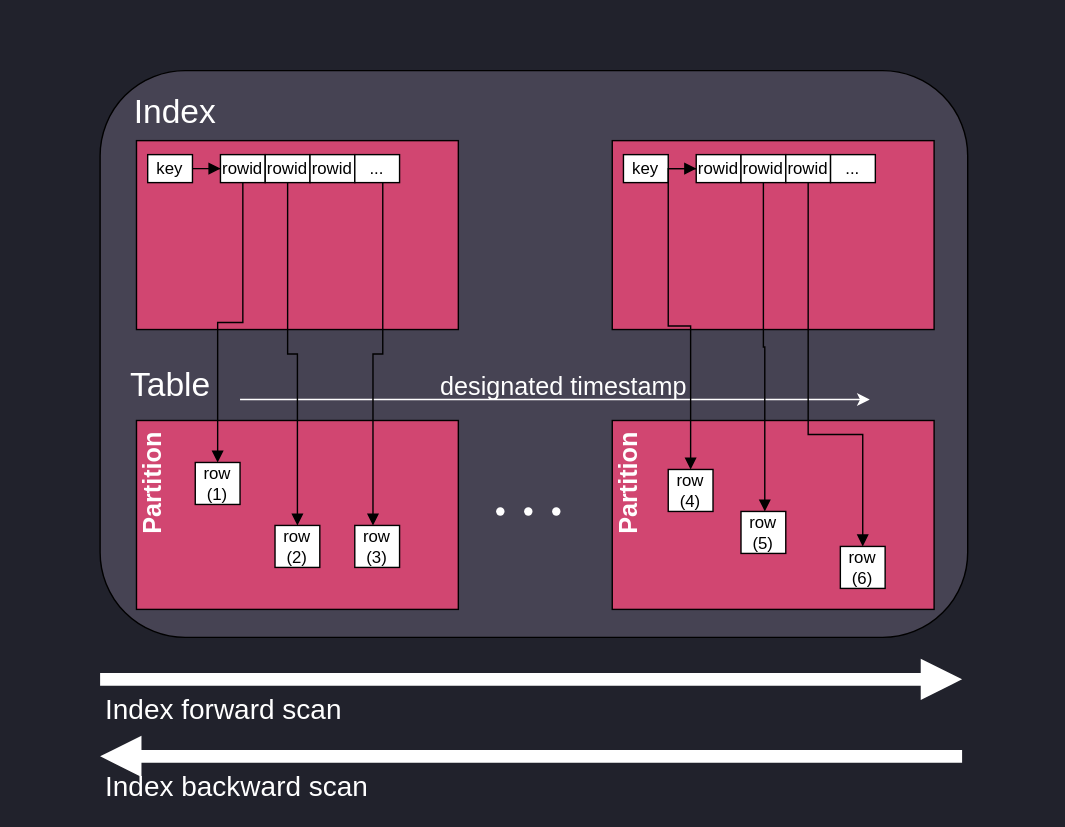
yash9111/questdb.io keeps this draw.io diagram as static/img/blog/2023-04-20/index_scan.svg. Above is the earlier version. Source tidied: cells renumbered, new cells last; positions are measured from the earlier drawing's top-left corner, leaving out a move shared by most shapes.
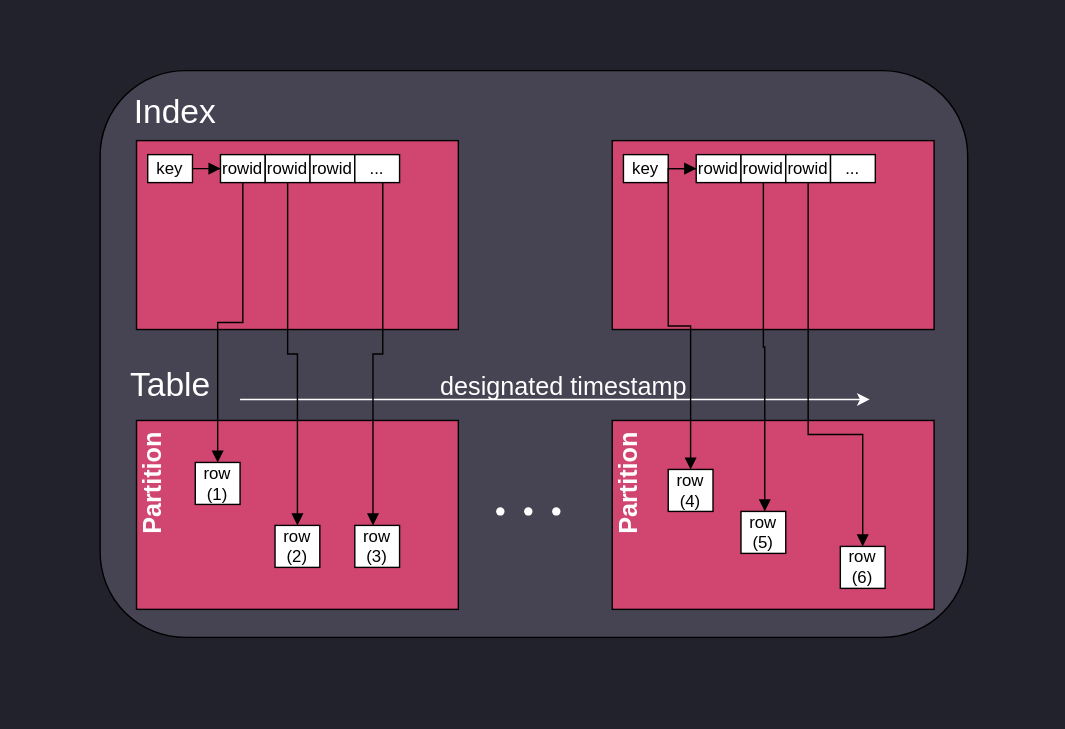
Above is the later version.

Commit message:
chore(doc): remove scan direction arrows from index scan images

What changed in the source:
```diff
@@ -3,22 +3,11 @@
     <mxCell id="0" />
     <mxCell id="1" parent="0" />
     <mxCell id="2" style="rounded=0;whiteSpace=wrap;html=1;strokeColor=none;fillColor=none;" parent="1" vertex="1">
-      <mxGeometry width="760" height="590" as="geometry" />
+      <mxGeometry width="760" height="520" as="geometry" />
     </mxCell>
     <mxCell id="3" style="rounded=1;whiteSpace=wrap;html=1;fillColor=#464353;" parent="1" vertex="1">
       <mxGeometry x="71" y="50" width="620" height="405" as="geometry" />
     </mxCell>
-    <mxCell id="4" style="endArrow=block;html=1;rounded=0;strokeColor=#FFFFFF;strokeWidth=9;endFill=1;startArrow=none;startFill=0;" parent="1" edge="1">
-      <mxGeometry relative="1" as="geometry">
-        <mxPoint x="71" y="485" as="sourcePoint" />
-        <mxPoint x="687" y="485" as="targetPoint" />
-      </mxGeometry>
-    </mxCell>
-    <mxCell id="5" value="&lt;div style=&quot;text-align: justify;&quot;&gt;&lt;span style=&quot;font-size: 20px;&quot;&gt;&lt;font color=&quot;#ffffff&quot;&gt;Index forward scan&lt;/font&gt;&lt;/span&gt;&lt;br&gt;&lt;/div&gt;" style="edgeLabel;html=1;align=left;verticalAlign=middle;labelBorderColor=none;labelBackgroundColor=none;" parent="4" vertex="1">
-      <mxGeometry x="-0.86" relative="1" as="geometry">
-        <mxPoint x="-42" y="20" as="offset" />
-      </mxGeometry>
-    </mxCell>
     <mxCell id="6" style="shape=waypoint;sketch=0;fillStyle=solid;size=6;fillColor=none;perimeter=centerPerimeter;strokeColor=#FFFFFF;" parent="1" vertex="1">
       <mxGeometry x="347" y="355" width="20" height="20" as="geometry" />
     </mxCell>
@@ -148,16 +137,5 @@
     <mxCell id="42" value="row (6)" style="rounded=0;whiteSpace=wrap;html=1;" parent="1" vertex="1">
       <mxGeometry x="600" y="390" width="32" height="30" as="geometry" />
     </mxCell>
-    <mxCell id="43" style="endArrow=none;html=1;rounded=0;strokeColor=#FFFFFF;strokeWidth=9;endFill=0;startArrow=block;startFill=1;" parent="1" edge="1">
-      <mxGeometry relative="1" as="geometry">
-        <mxPoint x="71" y="540" as="sourcePoint" />
-        <mxPoint x="687" y="540" as="targetPoint" />
-      </mxGeometry>
-    </mxCell>
-    <mxCell id="44" value="&lt;div style=&quot;text-align: justify;&quot;&gt;&lt;span style=&quot;font-size: 20px;&quot;&gt;&lt;font color=&quot;#ffffff&quot;&gt;Index backward scan&lt;/font&gt;&lt;/span&gt;&lt;br&gt;&lt;/div&gt;" style="edgeLabel;html=1;align=left;verticalAlign=middle;labelBorderColor=none;labelBackgroundColor=none;" parent="43" vertex="1">
-      <mxGeometry x="-0.86" relative="1" as="geometry">
-        <mxPoint x="-42" y="20" as="offset" />
-      </mxGeometry>
-    </mxCell>
   </root>
 </mxGraphModel>
```
